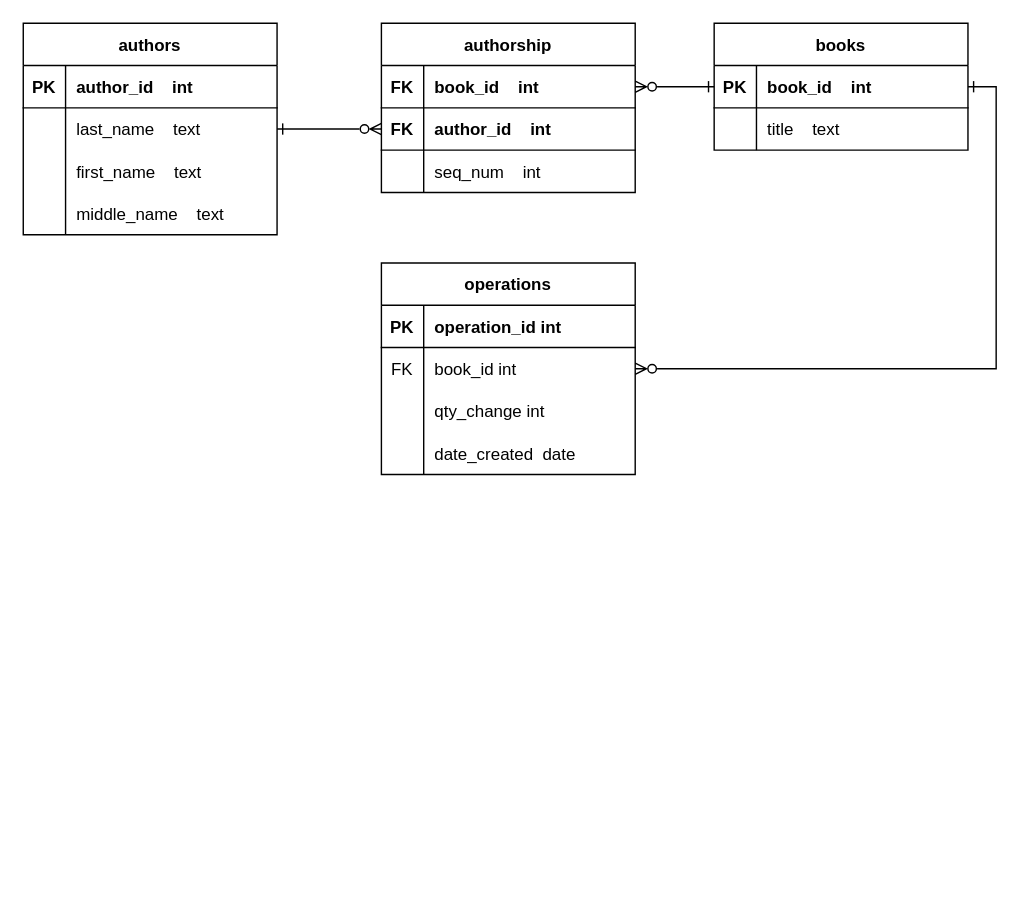
Above: db_schema.drawio in alex97iv/bookstore (draw.io), before the change. Source tidied: cells renumbered, new cells numbered last; positions are measured from the earlier drawing's top-left corner, leaving out a move shared by most shapes. Both pictures are drawn from the tidied source at 141%, with x=0, y=0 at pixel (23, 23).
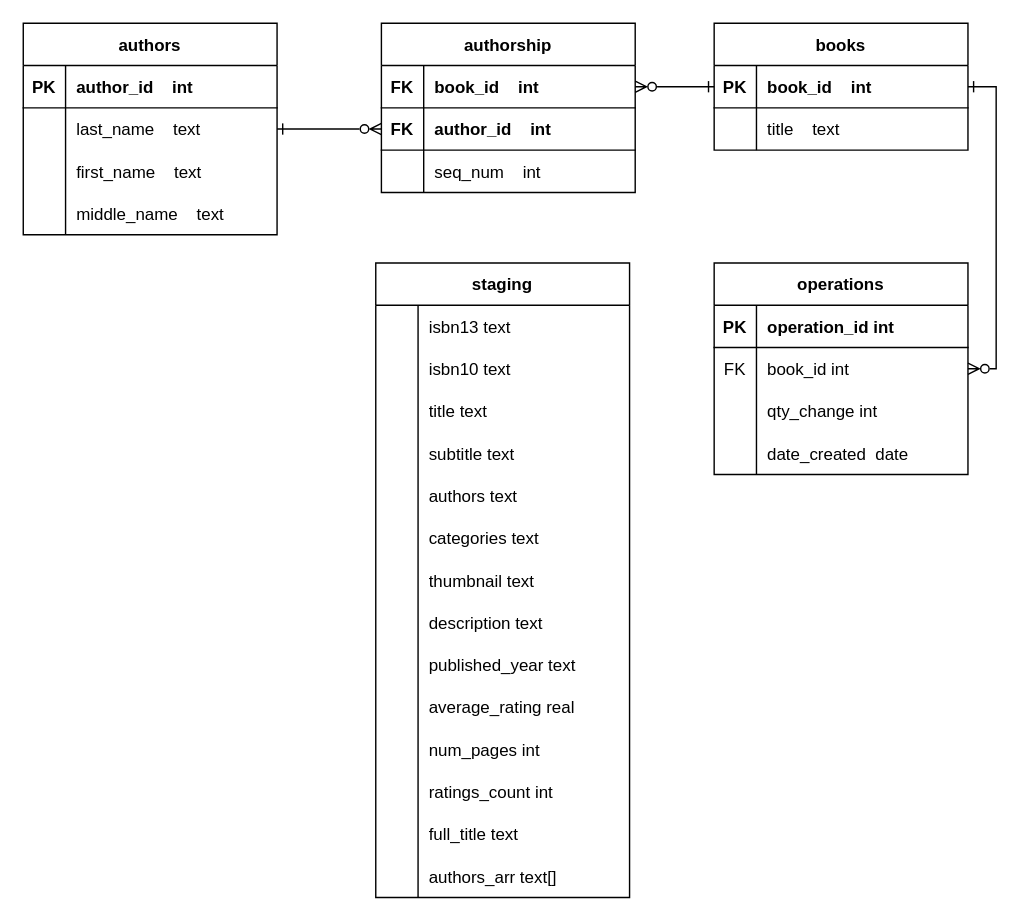
After the change.

Diff of the diagram source:
```diff
@@
     <mxCell id="34" value="operations" style="shape=table;startSize=30;childLayout=tableLayout;rowLines=0;fontStyle=1;align=center;" parent="1" vertex="1">
-      <mxGeometry x="254" y="170" width="180" height="150" as="geometry" />
+      <mxGeometry x="490" y="170" width="180" height="150" as="geometry" />
     </mxCell>
@@
+    <mxCell id="48" value="staging" style="shape=table;startSize=30;childLayout=tableLayout;rowLines=0;fontStyle=1;align=center;" parent="1" vertex="1">
+      <mxGeometry x="250" y="170" width="180" height="450" as="geometry" />
+    </mxCell>
+    <mxCell id="49" style="shape=tableRow;horizontal=0;startSize=0;swimlaneHead=0;swimlaneBody=0;fillColor=none;top=0;left=0;right=0;bottom=0;" parent="48" vertex="1">
+      <mxGeometry y="30" width="180" height="30" as="geometry" />
+    </mxCell>
+    <mxCell id="50" style="shape=partialRectangle;fillColor=none;top=0;left=0;bottom=0;right=0;overflow=hidden;" parent="49" vertex="1">
+      <mxGeometry width="30" height="30" as="geometry" />
+    </mxCell>
+    <mxCell id="51" value="isbn13 text" style="shape=partialRectangle;fillColor=none;top=0;left=0;bottom=0;right=0;align=left;spacingLeft=6;overflow=hidden;" parent="49" vertex="1">
+      <mxGeometry x="30" width="150" height="30" as="geometry" />
+    </mxCell>
+    <mxCell id="52" style="shape=tableRow;horizontal=0;startSize=0;swimlaneHead=0;swimlaneBody=0;fillColor=none;top=0;left=0;right=0;bottom=0;" parent="48" vertex="1">
+      <mxGeometry y="60" width="180" height="30" as="geometry" />
+    </mxCell>
+    <mxCell id="53" style="shape=partialRectangle;fillColor=none;top=0;left=0;bottom=0;right=0;overflow=hidden;" parent="52" vertex="1">
+      <mxGeometry width="30" height="30" as="geometry" />
+    </mxCell>
+    <mxCell id="54" value="isbn10 text" style="shape=partialRectangle;fillColor=none;top=0;left=0;bottom=0;right=0;align=left;spacingLeft=6;overflow=hidden;" parent="52" vertex="1">
+      <mxGeometry x="30" width="150" height="30" as="geometry" />
+    </mxCell>
+    <mxCell id="55" style="shape=tableRow;horizontal=0;startSize=0;swimlaneHead=0;swimlaneBody=0;fillColor=none;top=0;left=0;right=0;bottom=0;" parent="48" vertex="1">
+      <mxGeometry y="90" width="180" height="30" as="geometry" />
+    </mxCell>
+    <mxCell id="56" style="shape=partialRectangle;fillColor=none;top=0;left=0;bottom=0;right=0;overflow=hidden;" parent="55" vertex="1">
+      <mxGeometry width="30" height="30" as="geometry" />
+    </mxCell>
+    <mxCell id="57" value="title text" style="shape=partialRectangle;fillColor=none;top=0;left=0;bottom=0;right=0;align=left;spacingLeft=6;overflow=hidden;" parent="55" vertex="1">
+      <mxGeometry x="30" width="150" height="30" as="geometry" />
+    </mxCell>
+    <mxCell id="58" style="shape=tableRow;horizontal=0;startSize=0;swimlaneHead=0;swimlaneBody=0;fillColor=none;top=0;left=0;right=0;bottom=0;" parent="48" vertex="1">
+      <mxGeometry y="120" width="180" height="30" as="geometry" />
+    </mxCell>
+    <mxCell id="59" style="shape=partialRectangle;fillColor=none;top=0;left=0;bottom=0;right=0;overflow=hidden;" parent="58" vertex="1">
+      <mxGeometry width="30" height="30" as="geometry" />
+    </mxCell>
+    <mxCell id="60" value="subtitle text" style="shape=partialRectangle;fillColor=none;top=0;left=0;bottom=0;right=0;align=left;spacingLeft=6;overflow=hidden;" parent="58" vertex="1">
+      <mxGeometry x="30" width="150" height="30" as="geometry" />
+    </mxCell>
+    <mxCell id="61" style="shape=tableRow;horizontal=0;startSize=0;swimlaneHead=0;swimlaneBody=0;fillColor=none;top=0;left=0;right=0;bottom=0;" parent="48" vertex="1">
+      <mxGeometry y="150" width="180" height="30" as="geometry" />
+    </mxCell>
+    <mxCell id="62" style="shape=partialRectangle;fillColor=none;top=0;left=0;bottom=0;right=0;overflow=hidden;" parent="61" vertex="1">
+      <mxGeometry width="30" height="30" as="geometry" />
+    </mxCell>
+    <mxCell id="63" value="authors text" style="shape=partialRectangle;fillColor=none;top=0;left=0;bottom=0;right=0;align=left;spacingLeft=6;overflow=hidden;" parent="61" vertex="1">
+      <mxGeometry x="30" width="150" height="30" as="geometry" />
+    </mxCell>
+    <mxCell id="64" style="shape=tableRow;horizontal=0;startSize=0;swimlaneHead=0;swimlaneBody=0;fillColor=none;top=0;left=0;right=0;bottom=0;" parent="48" vertex="1">
+      <mxGeometry y="180" width="180" height="30" as="geometry" />
+    </mxCell>
+    <mxCell id="65" style="shape=partialRectangle;fillColor=none;top=0;left=0;bottom=0;right=0;overflow=hidden;" parent="64" vertex="1">
+      <mxGeometry width="30" height="30" as="geometry" />
+    </mxCell>
+    <mxCell id="66" value="categories text" style="shape=partialRectangle;fillColor=none;top=0;left=0;bottom=0;right=0;align=left;spacingLeft=6;overflow=hidden;" parent="64" vertex="1">
+      <mxGeometry x="30" width="150" height="30" as="geometry" />
+    </mxCell>
+    <mxCell id="67" style="shape=tableRow;horizontal=0;startSize=0;swimlaneHead=0;swimlaneBody=0;fillColor=none;top=0;left=0;right=0;bottom=0;" parent="48" vertex="1">
+      <mxGeometry y="210" width="180" height="30" as="geometry" />
+    </mxCell>
+    <mxCell id="68" style="shape=partialRectangle;fillColor=none;top=0;left=0;bottom=0;right=0;overflow=hidden;" parent="67" vertex="1">
+      <mxGeometry width="30" height="30" as="geometry" />
+    </mxCell>
+    <mxCell id="69" value="thumbnail text" style="shape=partialRectangle;fillColor=none;top=0;left=0;bottom=0;right=0;align=left;spacingLeft=6;overflow=hidden;" parent="67" vertex="1">
+      <mxGeometry x="30" width="150" height="30" as="geometry" />
+    </mxCell>
+    <mxCell id="70" style="shape=tableRow;horizontal=0;startSize=0;swimlaneHead=0;swimlaneBody=0;fillColor=none;top=0;left=0;right=0;bottom=0;" parent="48" vertex="1">
+      <mxGeometry y="240" width="180" height="30" as="geometry" />
+    </mxCell>
+    <mxCell id="71" style="shape=partialRectangle;fillColor=none;top=0;left=0;bottom=0;right=0;overflow=hidden;" parent="70" vertex="1">
+      <mxGeometry width="30" height="30" as="geometry" />
+    </mxCell>
+    <mxCell id="72" value="description text" style="shape=partialRectangle;fillColor=none;top=0;left=0;bottom=0;right=0;align=left;spacingLeft=6;overflow=hidden;" parent="70" vertex="1">
+      <mxGeometry x="30" width="150" height="30" as="geometry" />
+    </mxCell>
+    <mxCell id="73" style="shape=tableRow;horizontal=0;startSize=0;swimlaneHead=0;swimlaneBody=0;fillColor=none;top=0;left=0;right=0;bottom=0;" parent="48" vertex="1">
+      <mxGeometry y="270" width="180" height="30" as="geometry" />
+    </mxCell>
+    <mxCell id="74" style="shape=partialRectangle;fillColor=none;top=0;left=0;bottom=0;right=0;overflow=hidden;" parent="73" vertex="1">
+      <mxGeometry width="30" height="30" as="geometry" />
+    </mxCell>
+    <mxCell id="75" value="published_year text" style="shape=partialRectangle;fillColor=none;top=0;left=0;bottom=0;right=0;align=left;spacingLeft=6;overflow=hidden;" parent="73" vertex="1">
+      <mxGeometry x="30" width="150" height="30" as="geometry" />
+    </mxCell>
+    <mxCell id="76" style="shape=tableRow;horizontal=0;startSize=0;swimlaneHead=0;swimlaneBody=0;fillColor=none;top=0;left=0;right=0;bottom=0;" parent="48" vertex="1">
+      <mxGeometry y="300" width="180" height="30" as="geometry" />
+    </mxCell>
+    <mxCell id="77" style="shape=partialRectangle;fillColor=none;top=0;left=0;bottom=0;right=0;overflow=hidden;" parent="76" vertex="1">
+      <mxGeometry width="30" height="30" as="geometry" />
+    </mxCell>
+    <mxCell id="78" value="average_rating real" style="shape=partialRectangle;fillColor=none;top=0;left=0;bottom=0;right=0;align=left;spacingLeft=6;overflow=hidden;" parent="76" vertex="1">
+      <mxGeometry x="30" width="150" height="30" as="geometry" />
+    </mxCell>
+    <mxCell id="79" style="shape=tableRow;horizontal=0;startSize=0;swimlaneHead=0;swimlaneBody=0;fillColor=none;top=0;left=0;right=0;bottom=0;" parent="48" vertex="1">
+      <mxGeometry y="330" width="180" height="30" as="geometry" />
+    </mxCell>
+    <mxCell id="80" style="shape=partialRectangle;fillColor=none;top=0;left=0;bottom=0;right=0;overflow=hidden;" parent="79" vertex="1">
+      <mxGeometry width="30" height="30" as="geometry" />
+    </mxCell>
+    <mxCell id="81" value="num_pages int" style="shape=partialRectangle;fillColor=none;top=0;left=0;bottom=0;right=0;align=left;spacingLeft=6;overflow=hidden;" parent="79" vertex="1">
+      <mxGeometry x="30" width="150" height="30" as="geometry" />
+    </mxCell>
+    <mxCell id="82" style="shape=tableRow;horizontal=0;startSize=0;swimlaneHead=0;swimlaneBody=0;fillColor=none;top=0;left=0;right=0;bottom=0;" parent="48" vertex="1">
+      <mxGeometry y="360" width="180" height="30" as="geometry" />
+    </mxCell>
+    <mxCell id="83" style="shape=partialRectangle;fillColor=none;top=0;left=0;bottom=0;right=0;overflow=hidden;" parent="82" vertex="1">
+      <mxGeometry width="30" height="30" as="geometry" />
+    </mxCell>
+    <mxCell id="84" value="ratings_count int" style="shape=partialRectangle;fillColor=none;top=0;left=0;bottom=0;right=0;align=left;spacingLeft=6;overflow=hidden;" parent="82" vertex="1">
+      <mxGeometry x="30" width="150" height="30" as="geometry" />
+    </mxCell>
+    <mxCell id="85" style="shape=tableRow;horizontal=0;startSize=0;swimlaneHead=0;swimlaneBody=0;fillColor=none;top=0;left=0;right=0;bottom=0;" parent="48" vertex="1">
+      <mxGeometry y="390" width="180" height="30" as="geometry" />
+    </mxCell>
+    <mxCell id="86" style="shape=partialRectangle;fillColor=none;top=0;left=0;bottom=0;right=0;overflow=hidden;" parent="85" vertex="1">
+      <mxGeometry width="30" height="30" as="geometry" />
+    </mxCell>
+    <mxCell id="87" value="full_title text" style="shape=partialRectangle;fillColor=none;top=0;left=0;bottom=0;right=0;align=left;spacingLeft=6;overflow=hidden;" parent="85" vertex="1">
+      <mxGeometry x="30" width="150" height="30" as="geometry" />
+    </mxCell>
+    <mxCell id="88" style="shape=tableRow;horizontal=0;startSize=0;swimlaneHead=0;swimlaneBody=0;fillColor=none;top=0;left=0;right=0;bottom=0;" parent="48" vertex="1">
+      <mxGeometry y="420" width="180" height="30" as="geometry" />
+    </mxCell>
+    <mxCell id="89" style="shape=partialRectangle;fillColor=none;top=0;left=0;bottom=0;right=0;overflow=hidden;" parent="88" vertex="1">
+      <mxGeometry width="30" height="30" as="geometry" />
+    </mxCell>
+    <mxCell id="90" value="authors_arr text[]" style="shape=partialRectangle;fillColor=none;top=0;left=0;bottom=0;right=0;align=left;spacingLeft=6;overflow=hidden;" parent="88" vertex="1">
+      <mxGeometry x="30" width="150" height="30" as="geometry" />
+    </mxCell>
```
